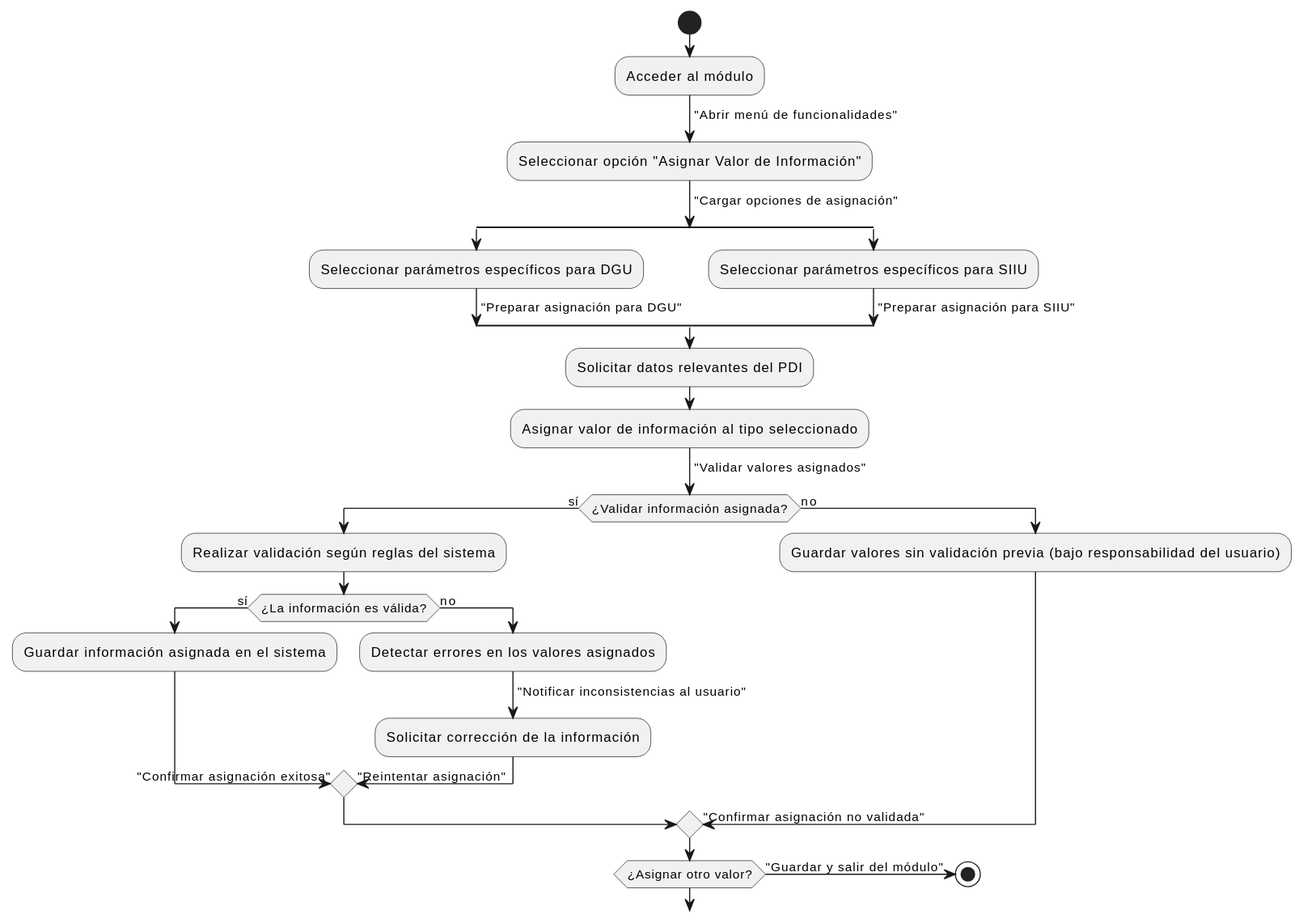
This is images/modelosUML/CdU/DetallarCasosDeUso/TecnicoCalidad/AsignarSIIUyDGU.svg from mmasias/24-25-IdSw1-SDR, a PlantUML export, as it was before one commit.
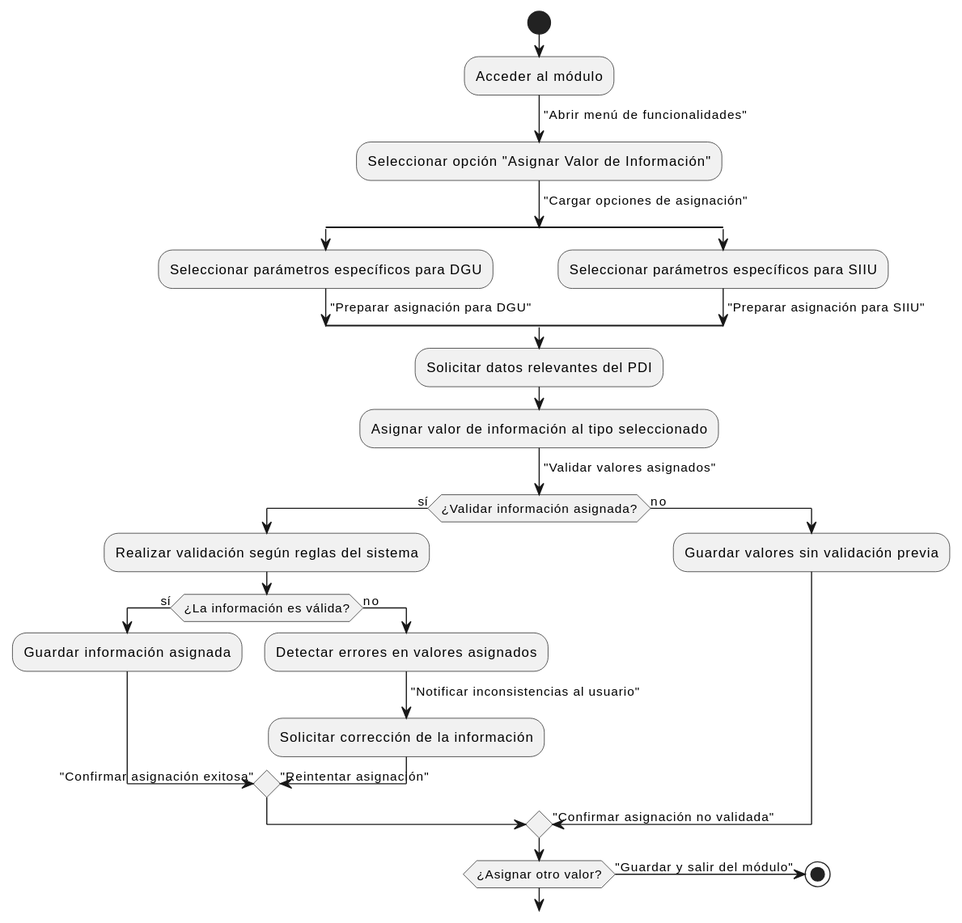
After the commit.

Change to the diagram source:
```diff
@@ -20,16 +20,16 @@
 if (¿Validar información asignada?) then (sí)
   :Realizar validación según reglas del sistema;
   if (¿La información es válida?) then (sí)
-    :Guardar información asignada en el sistema;
+    :Guardar información asignada;
     -> "Confirmar asignación exitosa";
   else (no)
-    :Detectar errores en los valores asignados;
+    :Detectar errores en valores asignados;
     -> "Notificar inconsistencias al usuario";
     :Solicitar corrección de la información;
     -> "Reintentar asignación";
   endif
 else (no)
-  :Guardar valores sin validación previa (bajo responsabilidad del usuario);
+  :Guardar valores sin validación previa;
   -> "Confirmar asignación no validada";
 endif
 
```
